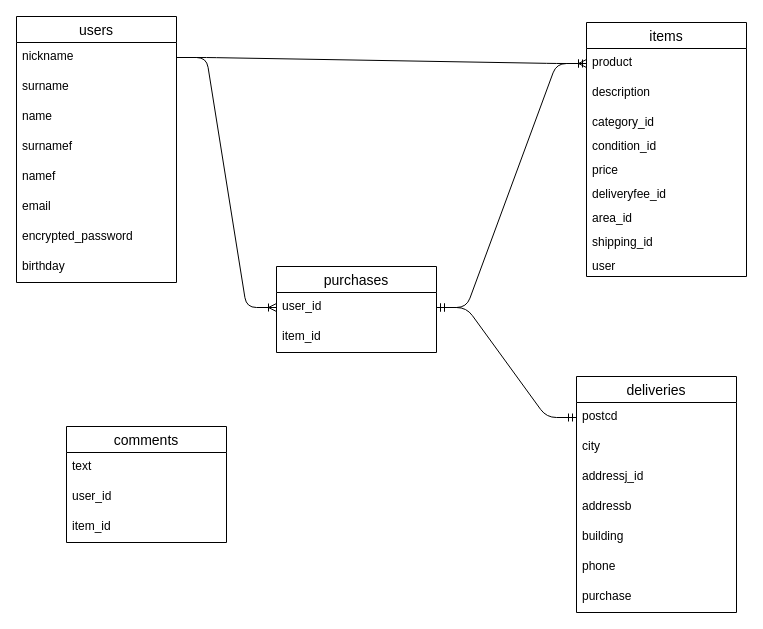
This is app/views/ER.dio from mahha334/furima-31178, a draw.io file, before an edit. Source tidied: cells renumbered, new cells numbered last; positions are measured from the earlier drawing's top-left corner, leaving out a move shared by most shapes. Both pictures are drawn from the tidied source at 100%, with x=0, y=0 at pixel (16, 16).
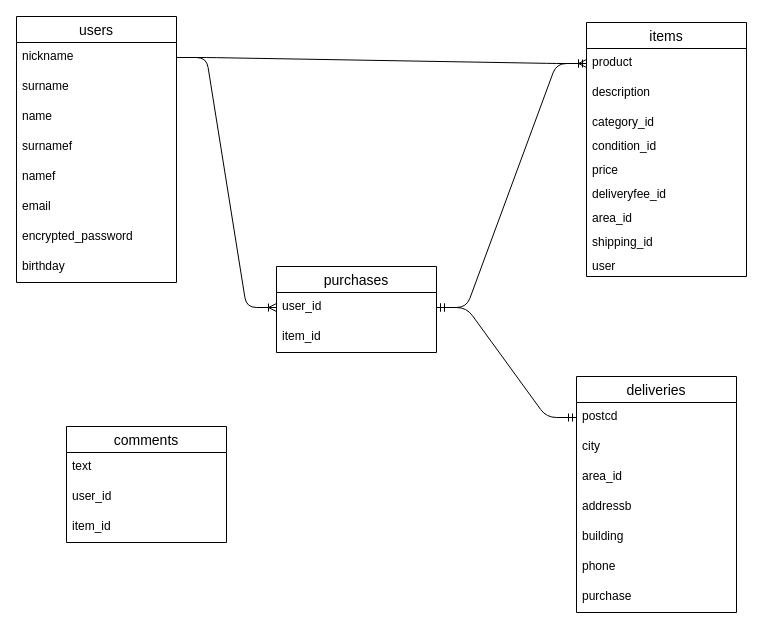
The same page after the edit.

The change refers to these unchanged cells:
```xml
<mxCell id="28" value="deliveries" style="swimlane;fontStyle=0;horizontal=1;startSize=26;align=center;fontSize=14;rounded=0;sketch=0;" parent="1" vertex="1">
  <mxGeometry x="560" y="360" width="160" height="236" as="geometry" />
</mxCell>
```

Change to the diagram source:
```diff
@@
-    <mxCell id="31" value="addressj_id" style="text;strokeColor=none;fillColor=none;spacingLeft=4;spacingRight=4;overflow=hidden;fontSize=12;" parent="28" vertex="1">
+    <mxCell id="31" value="area_id" style="text;strokeColor=none;fillColor=none;spacingLeft=4;spacingRight=4;overflow=hidden;fontSize=12;" parent="28" vertex="1">
       <mxGeometry y="86" width="160" height="30" as="geometry" />
     </mxCell>
```
